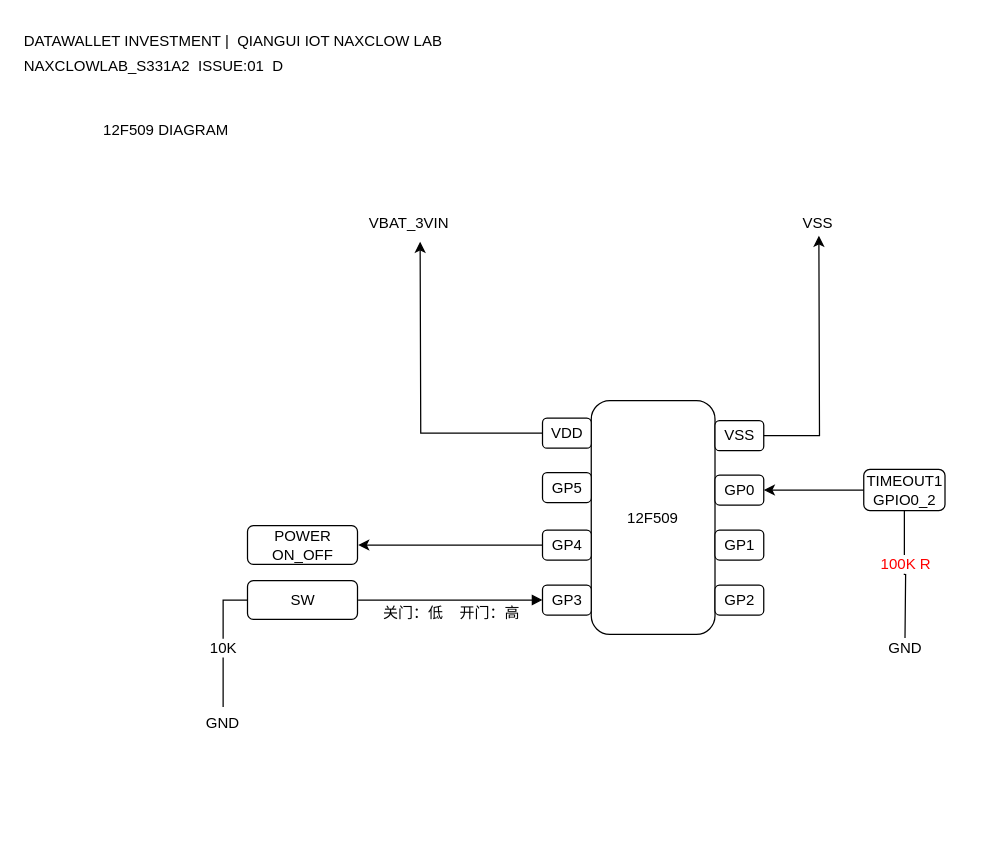
Before: NAXCLOWLAB_S331A2.drawio in svija/pubsub, a draw.io diagram. Source tidied: cells renumbered, new cells numbered last; positions are measured from the earlier drawing's top-left corner, leaving out a move shared by most shapes. Both pictures are drawn from the tidied source at 125%, with x=0, y=0 at pixel (21, 21).
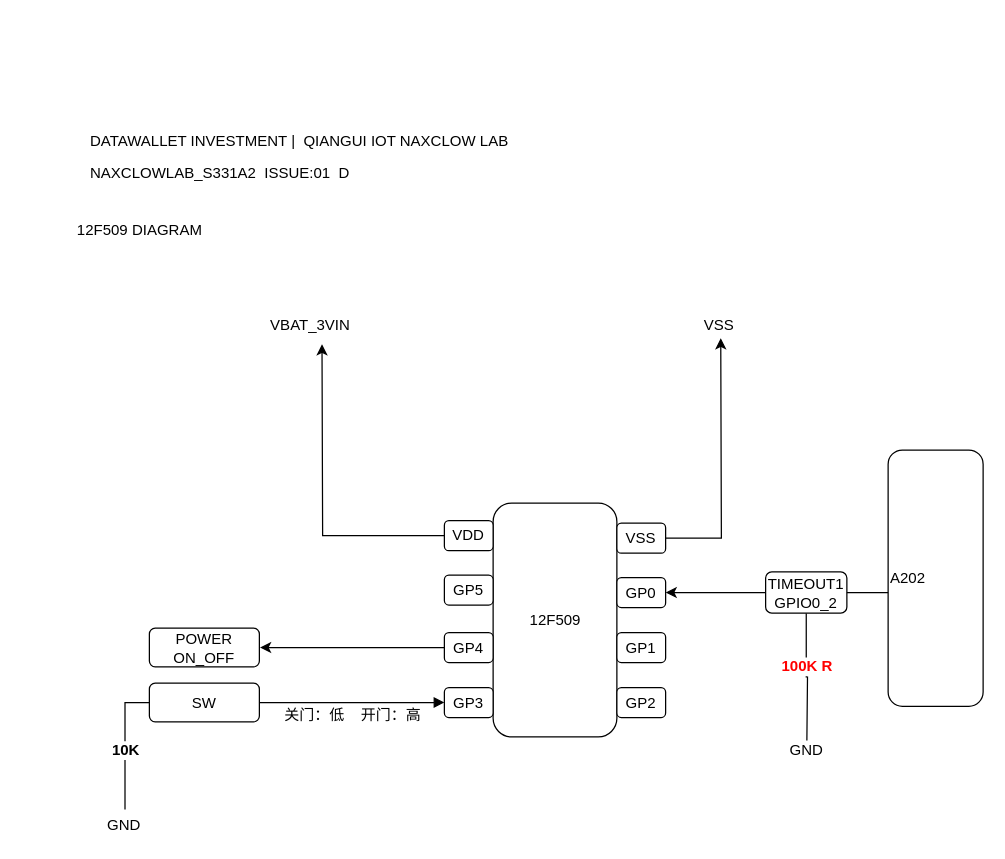
Above is the later version.

Unchanged cells that the change refers to:
```xml
<mxCell id="8" value="VSS" style="rounded=1;whiteSpace=wrap;html=1;" parent="5" vertex="1">
  <mxGeometry x="138" y="16" width="39" height="24" as="geometry" />
</mxCell>
<mxCell id="9" value="VDD" style="rounded=1;whiteSpace=wrap;html=1;" parent="5" vertex="1">
  <mxGeometry y="14" width="39" height="24" as="geometry" />
</mxCell>
<mxCell id="10" value="GP0" style="rounded=1;whiteSpace=wrap;html=1;" parent="5" vertex="1">
  <mxGeometry x="138" y="59.5" width="39" height="24" as="geometry" />
</mxCell>
<mxCell id="14" value="GP4" style="rounded=1;whiteSpace=wrap;html=1;" parent="5" vertex="1">
  <mxGeometry y="103.5" width="39" height="24" as="geometry" />
</mxCell>
<mxCell id="15" value="GP3" style="rounded=1;whiteSpace=wrap;html=1;" parent="5" vertex="1">
  <mxGeometry y="147.5" width="39" height="24" as="geometry" />
</mxCell>
```

What changed in the source:
```diff
@@
+    <mxCell id="34" style="group;" parent="1" vertex="1">
+      <mxGeometry x="26" y="79.5" width="743" height="573" as="geometry" />
+    </mxCell>
-    <mxCell id="2" value="DATAWALLET INVESTMENT |&amp;nbsp; QIANGUI IOT NAXCLOW LAB" style="text;html=1;strokeColor=none;fillColor=none;align=left;verticalAlign=middle;whiteSpace=wrap;rounded=0;fontColor=#000000;" parent="1" vertex="1">
-      <mxGeometry width="396" height="32" as="geometry" />
+    <mxCell id="2" value="DATAWALLET INVESTMENT |&amp;nbsp; QIANGUI IOT NAXCLOW LAB" style="text;html=1;strokeColor=none;fillColor=none;align=left;verticalAlign=middle;whiteSpace=wrap;rounded=0;fontColor=#000000;" parent="34" vertex="1">
+      <mxGeometry x="27" width="396" height="32" as="geometry" />
     </mxCell>
-    <mxCell id="3" value="NAXCLOWLAB_S331A2&amp;nbsp; ISSUE:01&amp;nbsp; D" style="text;html=1;strokeColor=none;fillColor=none;align=left;verticalAlign=middle;whiteSpace=wrap;rounded=0;fontColor=#000000;" parent="1" vertex="1">
-      <mxGeometry y="26" width="389" height="19" as="geometry" />
+    <mxCell id="3" value="NAXCLOWLAB_S331A2&amp;nbsp; ISSUE:01&amp;nbsp; D" style="text;html=1;strokeColor=none;fillColor=none;align=left;verticalAlign=middle;whiteSpace=wrap;rounded=0;fontColor=#000000;" parent="34" vertex="1">
+      <mxGeometry x="27" y="32" width="389" height="19" as="geometry" />
     </mxCell>
-    <mxCell id="4" style="group;" parent="1" vertex="1">
-      <mxGeometry x="46.5" y="101.5" width="699" height="426" as="geometry" />
+    <mxCell id="4" style="group;" parent="34" vertex="1">
+      <mxGeometry y="101.5" width="699" height="426" as="geometry" />
     </mxCell>
+    <mxCell id="35" style="group;" parent="4" vertex="1">
+      <mxGeometry x="76" y="51.5" width="558" height="360" as="geometry" />
+    </mxCell>
+    <mxCell id="36" style="group;" parent="35" vertex="1">
+      <mxGeometry width="558" height="360" as="geometry" />
+    </mxCell>
-    <mxCell id="5" style="group;" parent="4" vertex="1">
-      <mxGeometry x="370" y="201.5" width="177" height="187" as="geometry" />
+    <mxCell id="5" style="group;" parent="36" vertex="1">
+      <mxGeometry x="236" y="152.5" width="177" height="187" as="geometry" />
     </mxCell>
@@
-    <mxCell id="16" style="edgeStyle=orthogonalEdgeStyle;rounded=0;jettySize=auto;html=1;exitX=0;exitY=0.5;exitDx=0;exitDy=0;startArrow=block;startFill=1;endArrow=none;endFill=0;" parent="4" edge="1" source="15">
+    <mxCell id="16" style="edgeStyle=orthogonalEdgeStyle;rounded=0;jettySize=auto;html=1;exitX=0;exitY=0.5;exitDx=0;exitDy=0;startArrow=block;startFill=1;endArrow=none;endFill=0;" parent="36" edge="1" source="15">
       <mxGeometry relative="1" as="geometry">
-        <mxPoint x="222.5" y="361" as="targetPoint" />
+        <mxPoint x="88.5" y="312" as="targetPoint" />
       </mxGeometry>
     </mxCell>
-    <mxCell id="17" style="edgeStyle=orthogonalEdgeStyle;rounded=0;jettySize=auto;html=1;exitX=0;exitY=0.5;exitDx=0;exitDy=0;" parent="4" edge="1" source="14">
+    <mxCell id="17" style="edgeStyle=orthogonalEdgeStyle;rounded=0;jettySize=auto;html=1;exitX=0;exitY=0.5;exitDx=0;exitDy=0;" parent="36" edge="1" source="14">
       <mxGeometry relative="1" as="geometry">
-        <mxPoint x="222.5" y="317" as="targetPoint" />
+        <mxPoint x="88.5" y="268" as="targetPoint" />
       </mxGeometry>
     </mxCell>
-    <mxCell id="18" value="POWER ON_OFF" style="rounded=1;whiteSpace=wrap;html=1;" parent="4" vertex="1">
-      <mxGeometry x="134" y="301.5" width="88" height="31" as="geometry" />
+    <mxCell id="18" value="POWER ON_OFF" style="rounded=1;whiteSpace=wrap;html=1;" parent="36" vertex="1">
+      <mxGeometry y="252.5" width="88" height="31" as="geometry" />
     </mxCell>
-    <mxCell id="19" value="SW" style="rounded=1;whiteSpace=wrap;html=1;" parent="4" vertex="1">
-      <mxGeometry x="134" y="345.5" width="88" height="31" as="geometry" />
+    <mxCell id="19" value="SW" style="rounded=1;whiteSpace=wrap;html=1;" parent="36" vertex="1">
+      <mxGeometry y="296.5" width="88" height="31" as="geometry" />
     </mxCell>
-    <mxCell id="20" style="edgeStyle=orthogonalEdgeStyle;rounded=0;jettySize=auto;html=1;exitX=0;exitY=0.5;exitDx=0;exitDy=0;" parent="4" edge="1" source="9">
+    <mxCell id="20" style="edgeStyle=orthogonalEdgeStyle;rounded=0;jettySize=auto;html=1;exitX=0;exitY=0.5;exitDx=0;exitDy=0;" parent="36" edge="1" source="9">
       <mxGeometry relative="1" as="geometry">
-        <mxPoint x="272.1" y="74.3" as="targetPoint" />
+        <mxPoint x="138.1" y="25.3" as="targetPoint" />
       </mxGeometry>
     </mxCell>
-    <mxCell id="21" style="edgeStyle=orthogonalEdgeStyle;rounded=0;jettySize=auto;html=1;exitX=1;exitY=0.5;exitDx=0;exitDy=0;" parent="4" edge="1" source="8">
+    <mxCell id="21" style="edgeStyle=orthogonalEdgeStyle;rounded=0;jettySize=auto;html=1;exitX=1;exitY=0.5;exitDx=0;exitDy=0;" parent="36" edge="1" source="8">
       <mxGeometry relative="1" as="geometry">
-        <mxPoint x="591.1" y="69.5" as="targetPoint" />
+        <mxPoint x="457.1" y="20.5" as="targetPoint" />
       </mxGeometry>
     </mxCell>
-    <mxCell id="22" value="VBAT_3VIN" style="text;html=1;strokeColor=none;fillColor=none;align=center;verticalAlign=middle;whiteSpace=wrap;rounded=0;" parent="4" vertex="1">
-      <mxGeometry x="243" y="49" width="40" height="20" as="geometry" />
+    <mxCell id="22" value="VBAT_3VIN" style="text;html=1;strokeColor=none;fillColor=none;align=center;verticalAlign=middle;whiteSpace=wrap;rounded=0;" parent="36" vertex="1">
+      <mxGeometry x="109" width="40" height="20" as="geometry" />
     </mxCell>
-    <mxCell id="23" value="VSS" style="text;html=1;strokeColor=none;fillColor=none;align=center;verticalAlign=middle;whiteSpace=wrap;rounded=0;" parent="4" vertex="1">
-      <mxGeometry x="570" y="49" width="40" height="20" as="geometry" />
+    <mxCell id="23" value="VSS" style="text;html=1;strokeColor=none;fillColor=none;align=center;verticalAlign=middle;whiteSpace=wrap;rounded=0;" parent="36" vertex="1">
+      <mxGeometry x="436" width="40" height="20" as="geometry" />
     </mxCell>
-    <mxCell id="24" style="edgeStyle=orthogonalEdgeStyle;rounded=0;jettySize=auto;html=1;exitX=0.5;exitY=1;exitDx=0;exitDy=0;startArrow=none;startFill=0;endArrow=none;endFill=0;" parent="4" edge="1" source="26">
+    <mxCell id="24" style="edgeStyle=orthogonalEdgeStyle;rounded=0;jettySize=auto;html=1;exitX=0.5;exitY=1;exitDx=0;exitDy=0;startArrow=none;startFill=0;endArrow=none;endFill=0;" parent="36" edge="1" source="26">
       <mxGeometry relative="1" as="geometry">
-        <mxPoint x="660" y="391.4" as="targetPoint" />
+        <mxPoint x="526" y="342.4" as="targetPoint" />
       </mxGeometry>
     </mxCell>
-    <mxCell id="25" value="100K R" style="text;html=1;align=center;verticalAlign=middle;labelBackgroundColor=#ffffff;fontColor=#FF0000;" parent="24" vertex="1">
+    <mxCell id="25" value="100K R" style="text;html=1;align=center;verticalAlign=middle;labelBackgroundColor=#ffffff;fontColor=#FF0000;fontStyle=1;" parent="24" vertex="1">
       <mxGeometry x="0.29" relative="1" as="geometry">
         <mxPoint x="-0.5" y="-22.5" as="offset" />
       </mxGeometry>
     </mxCell>
-    <mxCell id="26" value="TIMEOUT1&lt;br&gt;GPIO0_2&lt;br&gt;" style="rounded=1;whiteSpace=wrap;html=1;" parent="4" vertex="1">
-      <mxGeometry x="627" y="256.5" width="65" height="33" as="geometry" />
+    <mxCell id="26" value="TIMEOUT1&lt;br&gt;GPIO0_2&lt;br&gt;" style="rounded=1;whiteSpace=wrap;html=1;" parent="36" vertex="1">
+      <mxGeometry x="493" y="207.5" width="65" height="33" as="geometry" />
     </mxCell>
-    <mxCell id="27" style="edgeStyle=orthogonalEdgeStyle;rounded=0;jettySize=auto;html=1;startArrow=classic;startFill=1;endArrow=none;endFill=0;" parent="4" edge="1" source="10" target="26">
+    <mxCell id="27" style="edgeStyle=orthogonalEdgeStyle;rounded=0;jettySize=auto;html=1;startArrow=classic;startFill=1;endArrow=none;endFill=0;" parent="36" edge="1" source="10" target="26">
       <mxGeometry relative="1" as="geometry" />
     </mxCell>
-    <mxCell id="28" value="GND" style="text;html=1;strokeColor=none;fillColor=none;align=center;verticalAlign=middle;whiteSpace=wrap;rounded=0;fontColor=#000000;" parent="4" vertex="1">
-      <mxGeometry x="640" y="389" width="40" height="20" as="geometry" />
+    <mxCell id="28" value="GND" style="text;html=1;strokeColor=none;fillColor=none;align=center;verticalAlign=middle;whiteSpace=wrap;rounded=0;fontColor=#000000;" parent="36" vertex="1">
+      <mxGeometry x="506" y="340" width="40" height="20" as="geometry" />
     </mxCell>
-    <mxCell id="29" value="关门：低&amp;nbsp; &amp;nbsp; 开门：高" style="text;html=1;strokeColor=none;fillColor=none;align=center;verticalAlign=middle;whiteSpace=wrap;rounded=0;fontColor=#000000;" parent="4" vertex="1">
-      <mxGeometry x="222" y="361" width="150" height="21" as="geometry" />
+    <mxCell id="29" value="关门：低&amp;nbsp; &amp;nbsp; 开门：高" style="text;html=1;strokeColor=none;fillColor=none;align=center;verticalAlign=middle;whiteSpace=wrap;rounded=0;fontColor=#000000;" parent="36" vertex="1">
+      <mxGeometry x="88" y="312" width="150" height="21" as="geometry" />
     </mxCell>
-    <mxCell id="30" value="12F509 DIAGRAM" style="text;html=1;strokeColor=none;fillColor=none;align=center;verticalAlign=middle;whiteSpace=wrap;rounded=0;fontColor=#000000;" parent="1" vertex="1">
-      <mxGeometry x="46.5" y="79" width="137" height="16" as="geometry" />
+    <mxCell id="30" value="12F509 DIAGRAM" style="text;html=1;strokeColor=none;fillColor=none;align=center;verticalAlign=middle;whiteSpace=wrap;rounded=0;fontColor=#000000;" parent="34" vertex="1">
+      <mxGeometry y="79" width="137" height="16" as="geometry" />
     </mxCell>
-    <mxCell id="31" style="edgeStyle=orthogonalEdgeStyle;rounded=0;jettySize=auto;html=1;exitX=0;exitY=0.5;exitDx=0;exitDy=0;startArrow=none;startFill=0;endArrow=none;endFill=0;fontColor=#000000;" parent="1" edge="1" source="19">
+    <mxCell id="31" style="edgeStyle=orthogonalEdgeStyle;rounded=0;jettySize=auto;html=1;exitX=0;exitY=0.5;exitDx=0;exitDy=0;startArrow=none;startFill=0;endArrow=none;endFill=0;fontColor=#000000;" parent="34" edge="1" source="19">
       <mxGeometry relative="1" as="geometry">
-        <mxPoint x="161" y="548" as="targetPoint" />
+        <mxPoint x="56.5" y="550.5" as="targetPoint" />
         <Array as="points">
-          <mxPoint x="161" y="463" />
+          <mxPoint x="56.5" y="465.5" />
         </Array>
       </mxGeometry>
     </mxCell>
-    <mxCell id="32" value="10K" style="text;html=1;align=center;verticalAlign=middle;labelBackgroundColor=#ffffff;fontColor=#000000;" parent="31" vertex="1">
+    <mxCell id="32" value="10K" style="text;html=1;align=center;verticalAlign=middle;labelBackgroundColor=#ffffff;fontColor=#000000;fontStyle=1;" parent="31" vertex="1">
       <mxGeometry x="-0.34" y="-2" relative="1" as="geometry">
         <mxPoint x="1.5" y="22.5" as="offset" />
       </mxGeometry>
     </mxCell>
-    <mxCell id="33" value="GND" style="text;html=1;strokeColor=none;fillColor=none;align=center;verticalAlign=middle;whiteSpace=wrap;rounded=0;fontColor=#000000;" parent="1" vertex="1">
-      <mxGeometry x="140.5" y="550.5" width="40" height="20" as="geometry" />
+    <mxCell id="33" value="GND" style="text;html=1;strokeColor=none;fillColor=none;align=center;verticalAlign=middle;whiteSpace=wrap;rounded=0;fontColor=#000000;" parent="34" vertex="1">
+      <mxGeometry x="36" y="553" width="40" height="20" as="geometry" />
     </mxCell>
+    <mxCell id="37" style="edgeStyle=orthogonalEdgeStyle;rounded=0;jettySize=auto;html=1;exitX=1;exitY=0.5;exitDx=0;exitDy=0;startArrow=none;startFill=0;endArrow=none;endFill=0;fontColor=#000000;" parent="34" edge="1" source="26">
+      <mxGeometry relative="1" as="geometry">
+        <mxPoint x="704.1" y="377.5" as="targetPoint" />
+      </mxGeometry>
+    </mxCell>
+    <mxCell id="38" value="A202" style="rounded=1;whiteSpace=wrap;html=1;strokeColor=#000000;fillColor=#ffffff;fontColor=#000000;align=left;" parent="34" vertex="1">
+      <mxGeometry x="667" y="263" width="76" height="205" as="geometry" />
+    </mxCell>
```
